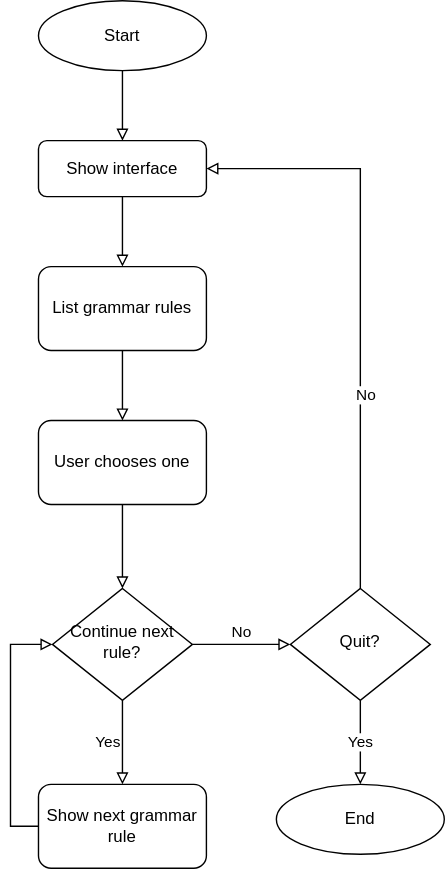
Before: Flowchart/Grammar system workflow.drawio.svg, a diagram exported from draw.io (znkaihuang/l-essayer). Source tidied: cells renumbered, new cells last; positions are measured from the earlier drawing's top-left corner, leaving out a move shared by most shapes.
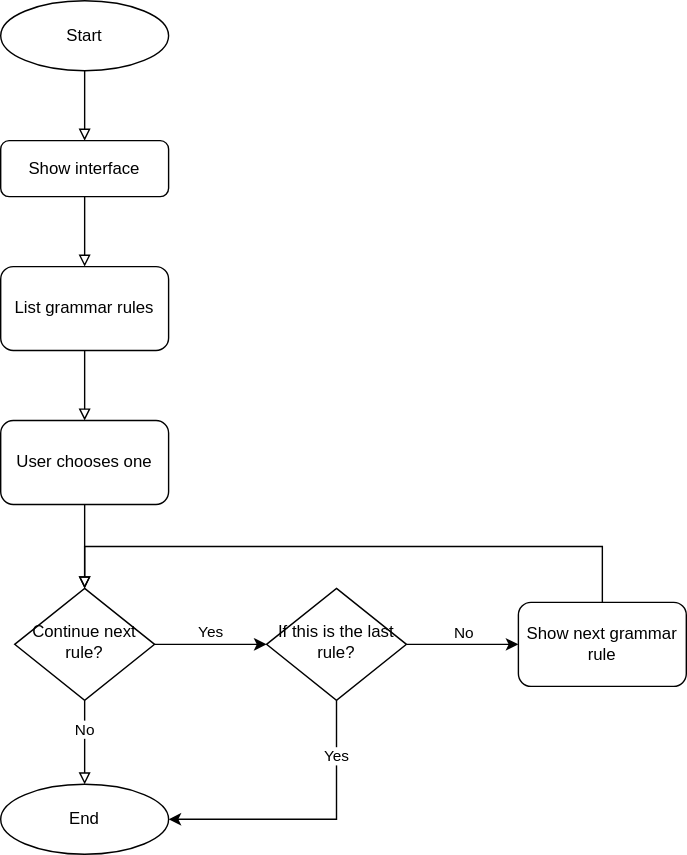
Later version of the same file.

Commit message:
Update "Grammar system workflow"

Diff of the diagram source:
```diff
@@ -8,12 +8,12 @@
     <mxCell id="3" value="Show interface" style="rounded=1;whiteSpace=wrap;html=1;fontSize=12;glass=0;strokeWidth=1;shadow=0;strokeColor=default;fontColor=default;fillColor=default;" parent="1" vertex="1">
       <mxGeometry y="100" width="120" height="40" as="geometry" />
     </mxCell>
-    <mxCell id="4" value="Yes" style="edgeStyle=orthogonalEdgeStyle;rounded=0;jettySize=auto;html=1;labelBackgroundColor=default;fontColor=default;endArrow=block;endFill=0;strokeColor=default;entryX=0.5;entryY=0;entryDx=0;entryDy=0;labelPosition=left;verticalLabelPosition=middle;align=right;verticalAlign=middle;" parent="1" edge="1" source="6" target="14">
-      <mxGeometry relative="1" as="geometry" />
-    </mxCell>
-    <mxCell id="5" value="No" style="edgeStyle=orthogonalEdgeStyle;rounded=0;jettySize=auto;html=1;labelBackgroundColor=default;fontColor=default;endArrow=block;endFill=0;strokeColor=default;labelPosition=center;verticalLabelPosition=top;align=center;verticalAlign=bottom;" parent="1" edge="1" source="6" target="18">
+    <mxCell id="5" value="No" style="edgeStyle=orthogonalEdgeStyle;rounded=0;jettySize=auto;html=1;labelBackgroundColor=default;fontColor=default;endArrow=block;endFill=0;strokeColor=default;labelPosition=center;verticalLabelPosition=top;align=center;verticalAlign=bottom;entryX=0.5;entryY=0;entryDx=0;entryDy=0;" parent="1" edge="1" source="6" target="19">
       <mxGeometry relative="1" as="geometry" />
     </mxCell>
+    <mxCell id="20" value="Yes" style="edgeStyle=orthogonalEdgeStyle;rounded=0;jettySize=auto;html=1;labelPosition=center;verticalLabelPosition=top;align=center;verticalAlign=bottom;" parent="1" edge="1" source="6" target="23">
+      <mxGeometry relative="1" as="geometry" />
+    </mxCell>
     <mxCell id="6" value="Continue next rule?" style="rhombus;whiteSpace=wrap;html=1;shadow=0;fontFamily=Helvetica;fontSize=12;align=center;strokeWidth=1;spacing=6;spacingTop=-4;strokeColor=default;fontColor=default;fillColor=default;" parent="1" vertex="1">
       <mxGeometry x="10" y="420" width="100" height="80" as="geometry" />
     </mxCell>
@@ -35,30 +35,37 @@
     <mxCell id="12" value="User chooses one" style="whiteSpace=wrap;html=1;rounded=1;shadow=0;strokeWidth=1;glass=0;fillColor=default;strokeColor=default;fontColor=default;" parent="1" vertex="1">
       <mxGeometry y="300" width="120" height="60" as="geometry" />
     </mxCell>
-    <mxCell id="13" style="edgeStyle=orthogonalEdgeStyle;rounded=0;jettySize=auto;html=1;exitX=0;exitY=0.5;exitDx=0;exitDy=0;entryX=0;entryY=0.5;entryDx=0;entryDy=0;labelBackgroundColor=default;fontColor=default;endArrow=block;endFill=0;strokeColor=default;" parent="1" edge="1" source="14" target="6">
-      <mxGeometry relative="1" as="geometry" />
+    <mxCell id="13" style="edgeStyle=orthogonalEdgeStyle;rounded=0;jettySize=auto;html=1;exitX=0.5;exitY=0;exitDx=0;exitDy=0;entryX=0.5;entryY=0;entryDx=0;entryDy=0;endArrow=block;endFill=0;" parent="1" edge="1" source="14" target="6">
+      <mxGeometry relative="1" as="geometry">
+        <Array as="points">
+          <mxPoint x="430" y="390" />
+          <mxPoint x="60" y="390" />
+        </Array>
+      </mxGeometry>
     </mxCell>
     <mxCell id="14" value="Show next grammar rule" style="whiteSpace=wrap;html=1;rounded=1;shadow=0;strokeWidth=1;glass=0;fillColor=default;strokeColor=default;fontColor=default;" parent="1" vertex="1">
-      <mxGeometry y="560" width="120" height="60" as="geometry" />
+      <mxGeometry x="370" y="430" width="120" height="60" as="geometry" />
     </mxCell>
-    <mxCell id="15" style="edgeStyle=orthogonalEdgeStyle;rounded=0;jettySize=auto;html=1;entryX=1;entryY=0.5;entryDx=0;entryDy=0;labelBackgroundColor=default;fontColor=default;endArrow=block;endFill=0;strokeColor=default;" parent="1" edge="1" source="18" target="3">
-      <mxGeometry relative="1" as="geometry">
-        <Array as="points">
-          <mxPoint x="230" y="120" />
-        </Array>
-      </mxGeometry>
-    </mxCell>
+    <mxCell id="19" value="End" style="ellipse;whiteSpace=wrap;html=1;rounded=1;shadow=0;strokeWidth=1;glass=0;fillColor=default;strokeColor=default;fontColor=default;" parent="1" vertex="1">
+      <mxGeometry y="560" width="120" height="50" as="geometry" />
+    </mxCell>
+    <mxCell id="21" value="Yes" style="edgeStyle=orthogonalEdgeStyle;rounded=0;jettySize=auto;html=1;entryX=1;entryY=0.5;entryDx=0;entryDy=0;" parent="1" edge="1" source="23" target="19">
+      <mxGeometry x="-0.61" relative="1" as="geometry">
+        <Array as="points">
+          <mxPoint x="240" y="585" />
+        </Array>
+      </mxGeometry>
+    </mxCell>
+    <mxCell id="22" style="edgeStyle=orthogonalEdgeStyle;rounded=0;jettySize=auto;html=1;" parent="1" edge="1" source="23" target="14">
+      <mxGeometry relative="1" as="geometry" />
+    </mxCell>
-    <mxCell id="16" value="No" style="edgeLabel;html=1;align=center;verticalAlign=middle;fontColor=default;" parent="15" vertex="1">
-      <mxGeometry x="-0.32" y="-3" relative="1" as="geometry" />
+    <mxCell id="16" value="No" style="edgeLabel;html=1;align=center;verticalAlign=bottom;labelPosition=center;verticalLabelPosition=top;" parent="22" vertex="1">
+      <mxGeometry x="-0.28" y="-2" relative="1" as="geometry">
+        <mxPoint x="11" y="-2" as="offset" />
+      </mxGeometry>
     </mxCell>
-    <mxCell id="17" value="Yes" style="edgeStyle=orthogonalEdgeStyle;rounded=0;jettySize=auto;html=1;labelBackgroundColor=default;fontColor=default;endArrow=block;endFill=0;strokeColor=default;" parent="1" edge="1" source="18" target="19">
-      <mxGeometry relative="1" as="geometry" />
-    </mxCell>
-    <mxCell id="18" value="Quit?" style="rhombus;whiteSpace=wrap;html=1;shadow=0;fontFamily=Helvetica;fontSize=12;align=center;strokeWidth=1;spacing=6;spacingTop=-4;strokeColor=default;fontColor=default;fillColor=default;" parent="1" vertex="1">
-      <mxGeometry x="180" y="420" width="100" height="80" as="geometry" />
-    </mxCell>
-    <mxCell id="19" value="End" style="ellipse;whiteSpace=wrap;html=1;rounded=1;shadow=0;strokeWidth=1;glass=0;fillColor=default;strokeColor=default;fontColor=default;" parent="1" vertex="1">
-      <mxGeometry x="170" y="560" width="120" height="50" as="geometry" />
-    </mxCell>
+    <mxCell id="23" value="If this is the last rule?" style="rhombus;whiteSpace=wrap;html=1;shadow=0;fontFamily=Helvetica;fontSize=12;align=center;strokeWidth=1;spacing=6;spacingTop=-4;strokeColor=default;fontColor=default;fillColor=default;" parent="1" vertex="1">
+      <mxGeometry x="190" y="420" width="100" height="80" as="geometry" />
+    </mxCell>
   </root>
 </mxGraphModel>
```
